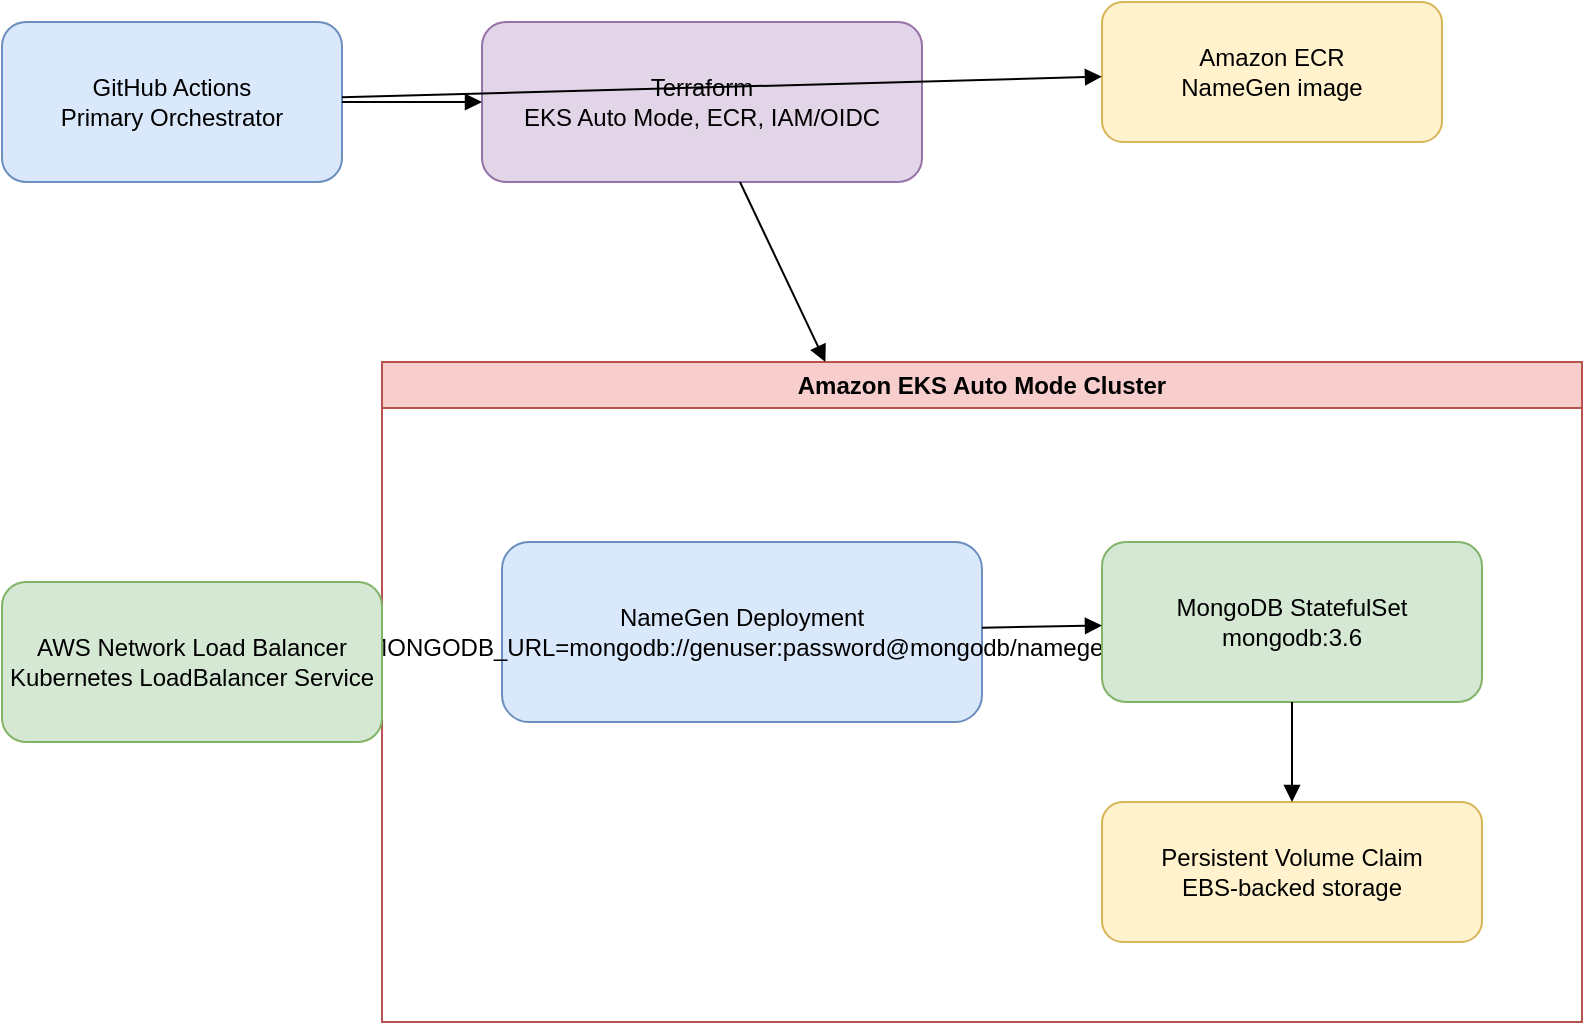
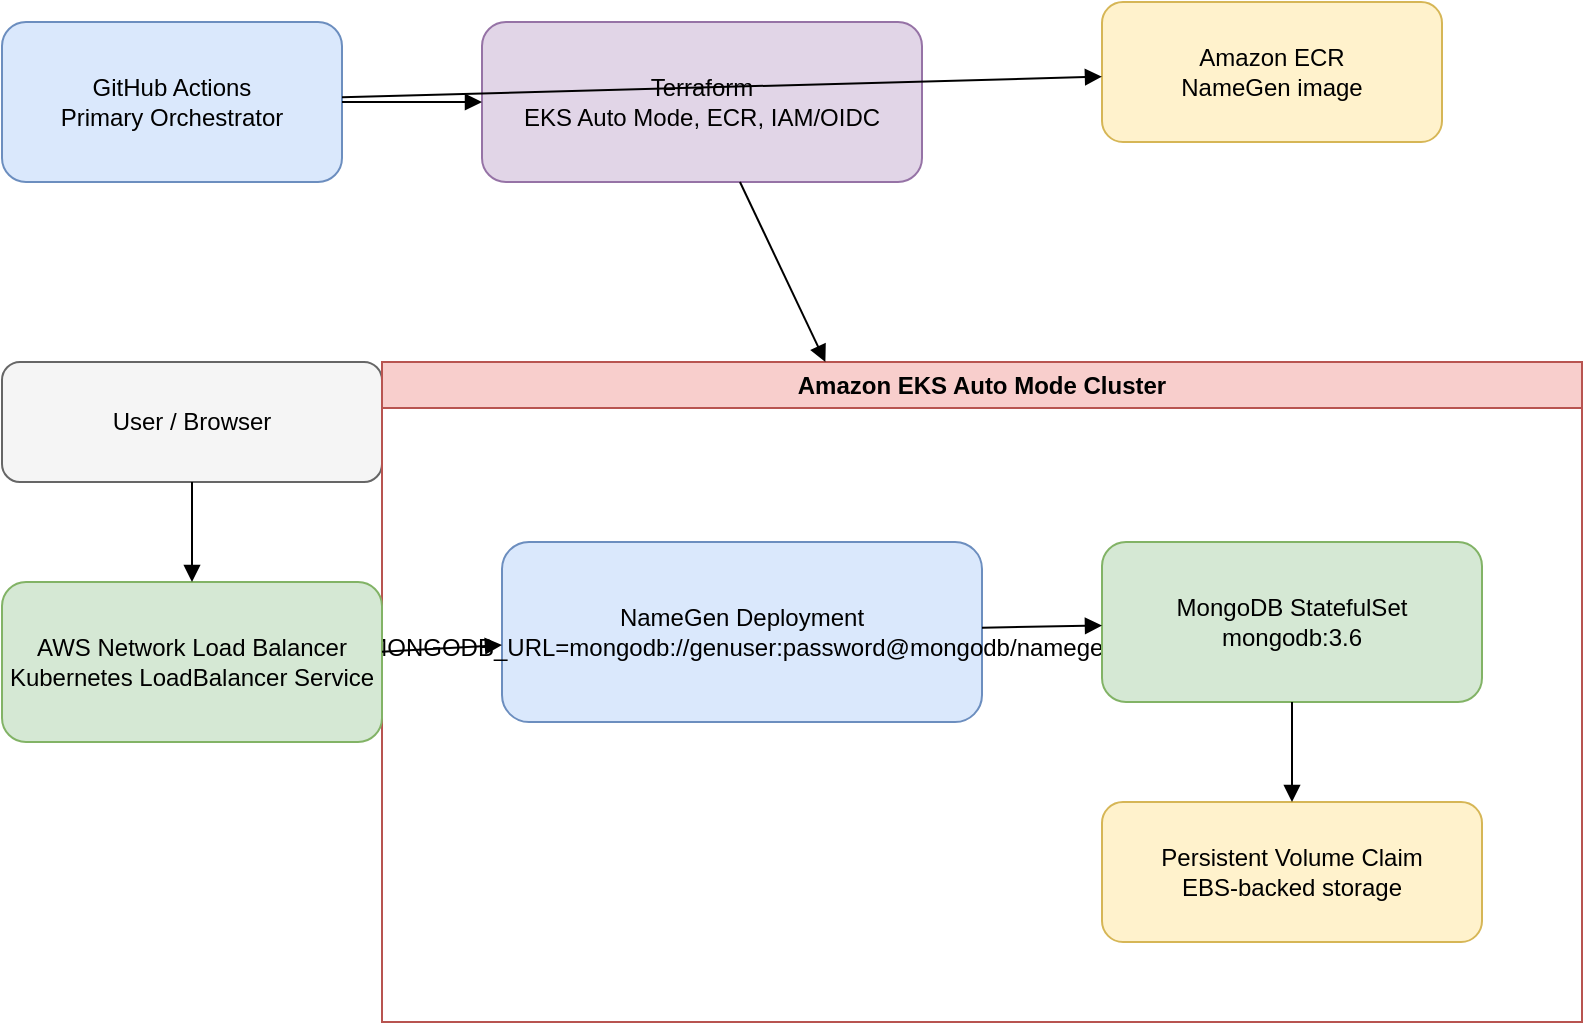
<mxfile host="app.diagrams.net">
  <diagram name="NameGen EKS Architecture" id="namegen-eks-architecture">
    <mxGraphModel dx="1200" dy="800" grid="1" gridSize="10" guides="1" tooltips="1" connect="1" arrows="1" fold="1" page="1" pageScale="1" pageWidth="1100" pageHeight="850" math="0" shadow="0">
      <root>
        <mxCell id="0" />
        <mxCell id="1" parent="0" />
        <mxCell id="github" value="GitHub Actions&#xa;Primary Orchestrator" style="rounded=1;whiteSpace=wrap;html=1;fillColor=#dae8fc;strokeColor=#6c8ebf;" vertex="1" parent="1">
          <mxGeometry x="60" y="80" width="170" height="80" as="geometry" />
        </mxCell>
        <mxCell id="terraform" value="Terraform&#xa;EKS Auto Mode, ECR, IAM/OIDC" style="rounded=1;whiteSpace=wrap;html=1;fillColor=#e1d5e7;strokeColor=#9673a6;" vertex="1" parent="1">
          <mxGeometry x="300" y="80" width="220" height="80" as="geometry" />
        </mxCell>
        <mxCell id="ecr" value="Amazon ECR&#xa;NameGen image" style="rounded=1;whiteSpace=wrap;html=1;fillColor=#fff2cc;strokeColor=#d6b656;" vertex="1" parent="1">
          <mxGeometry x="610" y="70" width="170" height="70" as="geometry" />
+         </mxCell>
+         <mxCell id="user" value="User / Browser" style="rounded=1;whiteSpace=wrap;html=1;fillColor=#f5f5f5;strokeColor=#666666;" vertex="1" parent="1">
+           <mxGeometry x="60" y="250" width="190" height="60" as="geometry" />
        </mxCell>
        <mxCell id="eks" value="Amazon EKS Auto Mode Cluster" style="swimlane;whiteSpace=wrap;html=1;fillColor=#f8cecc;strokeColor=#b85450;" vertex="1" parent="1">
          <mxGeometry x="250" y="250" width="600" height="330" as="geometry" />
        </mxCell>
        <mxCell id="nlb" value="AWS Network Load Balancer&#xa;Kubernetes LoadBalancer Service" style="rounded=1;whiteSpace=wrap;html=1;fillColor=#d5e8d4;strokeColor=#82b366;" vertex="1" parent="1">
          <mxGeometry x="60" y="360" width="190" height="80" as="geometry" />
        </mxCell>
        <mxCell id="app" value="NameGen Deployment&#xa;MONGODB_URL=mongodb://genuser:password@mongodb/namegen" style="rounded=1;whiteSpace=wrap;html=1;fillColor=#dae8fc;strokeColor=#6c8ebf;" vertex="1" parent="eks">
          <mxGeometry x="60" y="90" width="240" height="90" as="geometry" />
        </mxCell>
        <mxCell id="mongo" value="MongoDB StatefulSet&#xa;mongodb:3.6" style="rounded=1;whiteSpace=wrap;html=1;fillColor=#d5e8d4;strokeColor=#82b366;" vertex="1" parent="eks">
          <mxGeometry x="360" y="90" width="190" height="80" as="geometry" />
        </mxCell>
        <mxCell id="pvc" value="Persistent Volume Claim&#xa;EBS-backed storage" style="rounded=1;whiteSpace=wrap;html=1;fillColor=#fff2cc;strokeColor=#d6b656;" vertex="1" parent="eks">
          <mxGeometry x="360" y="220" width="190" height="70" as="geometry" />
        </mxCell>
        <mxCell id="edge1" edge="1" parent="1" source="github" target="terraform" style="endArrow=block;html=1;rounded=0;">
          <mxGeometry relative="1" as="geometry" />
        </mxCell>
        <mxCell id="edge2" edge="1" parent="1" source="github" target="ecr" style="endArrow=block;html=1;rounded=0;">
          <mxGeometry relative="1" as="geometry" />
        </mxCell>
        <mxCell id="edge3" edge="1" parent="1" source="terraform" target="eks" style="endArrow=block;html=1;rounded=0;">
          <mxGeometry relative="1" as="geometry" />
        </mxCell>
-         <mxCell id="edge4" edge="1" parent="1" source="nlb" target="eks" style="endArrow=block;html=1;rounded=0;">
+         <mxCell id="edge4" edge="1" parent="1" source="nlb" target="app" style="endArrow=block;html=1;rounded=0;">
          <mxGeometry relative="1" as="geometry" />
        </mxCell>
        <mxCell id="edge5" edge="1" parent="eks" source="app" target="mongo" style="endArrow=block;html=1;rounded=0;">
          <mxGeometry relative="1" as="geometry" />
        </mxCell>
        <mxCell id="edge6" edge="1" parent="eks" source="mongo" target="pvc" style="endArrow=block;html=1;rounded=0;">
          <mxGeometry relative="1" as="geometry" />
        </mxCell>
+         <mxCell id="edge7" edge="1" parent="1" source="user" target="nlb" style="endArrow=block;html=1;rounded=0;">
+           <mxGeometry relative="1" as="geometry" />
+         </mxCell>
      </root>
    </mxGraphModel>
  </diagram>
</mxfile>
